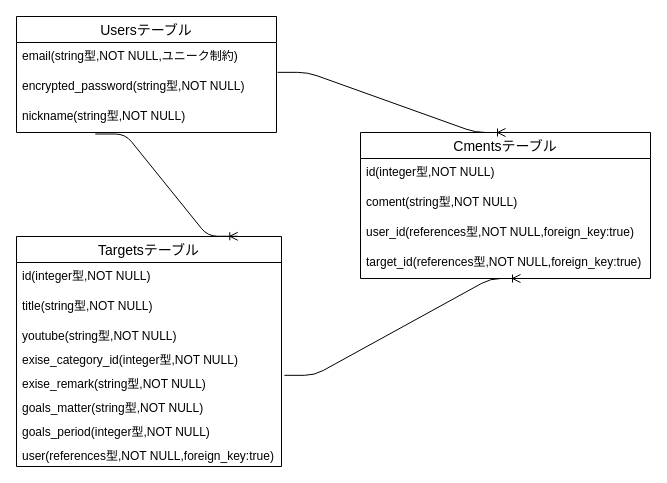
sea-yassan33/enjex keeps this draw.io diagram as erp.dio. Above is the earlier version. Source tidied: cells renumbered, new cells numbered last; positions are measured from the earlier drawing's top-left corner, leaving out a move shared by most shapes. Both pictures are drawn from the tidied source at 100%, with x=0, y=0 at pixel (16, 16).
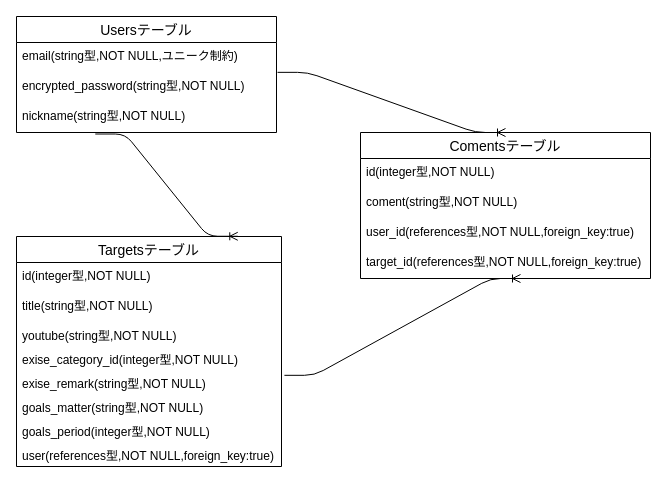
After the change.

What changed in the source:
```diff
@@
-    <mxCell id="15" value="Cmentsテーブル" style="swimlane;fontStyle=0;horizontal=1;startSize=26;align=center;fontSize=14;" parent="1" vertex="1">
+    <mxCell id="15" value="Comentsテーブル" style="swimlane;fontStyle=0;horizontal=1;startSize=26;align=center;fontSize=14;" parent="1" vertex="1">
       <mxGeometry x="344" y="116" width="290" height="146" as="geometry" />
     </mxCell>
```
